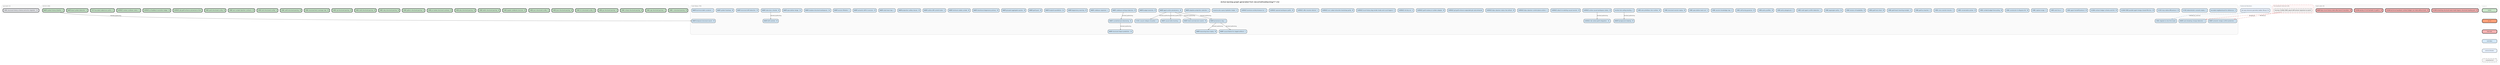
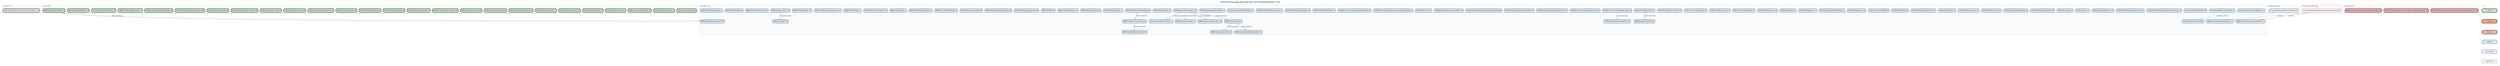
digraph backlog {
  rankdir=TB
  fontname="Helvetica"
  label="Active backlog graph generated from docs/method/backlog/*/*.md"
  labelloc=t
  fontsize=12
  node [shape=box style="rounded,filled" fontname="Helvetica" fontsize=8 margin="0.1,0.05" height=0.35]
  edge [color="#666666" arrowsize=0.5 fontname="Helvetica" fontsize=7]
  newrank=true
  ranksep=0.55
  nodesep=0.2

  subgraph cluster_up_next {
    label="up-next (1)" labeljust=l fontsize=9 fontcolor="#555555"
    style=rounded color="#cccccc" bgcolor="#fafafa"
    up_next_CORE_structural_history_schema_and_echo_migration [label="CORE-structural-history-schema-and-echo-migration - XL" fillcolor="#E5E7EB" penwidth=2]
  }

  subgraph cluster_v0_8_0 {
    label="v0.8.0 (26)" labeljust=l fontsize=9 fontcolor="#555555"
    style=rounded color="#cccccc" bgcolor="#fafafa"
    v0_8_0_CORE_c_structural_parsing [label="CORE-c-structural-parsing - M" fillcolor="#C8E6C9" penwidth=2]
    v0_8_0_CORE_cpp_structural_parsing [label="CORE-cpp-structural-parsing - L" fillcolor="#C8E6C9" penwidth=2]
    v0_8_0_CORE_csharp_structural_parsing [label="CORE-csharp-structural-parsing - M" fillcolor="#C8E6C9" penwidth=2]
    v0_8_0_CORE_go_structural_parsing [label="CORE-go-structural-parsing - S" fillcolor="#C8E6C9" penwidth=2]
    v0_8_0_CORE_hcl_structured_config [label="CORE-hcl-structured-config - M" fillcolor="#C8E6C9" penwidth=2]
    v0_8_0_CORE_java_structural_parsing [label="CORE-java-structural-parsing - M" fillcolor="#C8E6C9" penwidth=2]
    v0_8_0_CORE_json_structured_config [label="CORE-json-structured-config - S" fillcolor="#C8E6C9" penwidth=2]
    v0_8_0_CORE_jupyter_notebook_structure [label="CORE-jupyter-notebook-structure - M" fillcolor="#C8E6C9" penwidth=2]
    v0_8_0_CORE_kotlin_structural_parsing [label="CORE-kotlin-structural-parsing - M" fillcolor="#C8E6C9" penwidth=2]
    v0_8_0_CORE_php_structural_parsing [label="CORE-php-structural-parsing - M" fillcolor="#C8E6C9" penwidth=2]
    v0_8_0_CORE_pr_review_structural_summary [label="CORE-pr-review-structural-summary - M" fillcolor="#C8E6C9" penwidth=2]
    v0_8_0_CORE_python_structural_parsing [label="CORE-python-structural-parsing - S" fillcolor="#C8E6C9" penwidth=2]
    v0_8_0_CORE_ruby_structural_parsing [label="CORE-ruby-structural-parsing - M" fillcolor="#C8E6C9" penwidth=2]
    v0_8_0_CORE_shell_structural_parsing [label="CORE-shell-structural-parsing - M" fillcolor="#C8E6C9" penwidth=2]
    v0_8_0_CORE_sql_structural_parsing [label="CORE-sql-structural-parsing - M" fillcolor="#C8E6C9" penwidth=2]
    v0_8_0_CORE_structural_test_coverage_map [label="CORE-structural-test-coverage-map - M" fillcolor="#C8E6C9" penwidth=2]
    v0_8_0_CORE_swift_structural_parsing [label="CORE-swift-structural-parsing - M" fillcolor="#C8E6C9" penwidth=2]
    v0_8_0_CORE_toml_structured_config [label="CORE-toml-structured-config - S" fillcolor="#C8E6C9" penwidth=2]
    v0_8_0_CORE_tool_context_injection_contracts [label="CORE-tool-context-injection-contracts - M" fillcolor="#C8E6C9" penwidth=2]
    v0_8_0_CORE_yaml_structured_config [label="CORE-yaml-structured-config - M" fillcolor="#C8E6C9" penwidth=2]
    v0_8_0_SURFACE_git_graft_enhance_provenance_hints [label="SURFACE-git-graft-enhance-provenance-hints" fillcolor="#C8E6C9" penwidth=2]
    v0_8_0_SURFACE_pr_feedback_resolution_ledger [label="SURFACE-pr-feedback-resolution-ledger - M" fillcolor="#C8E6C9" penwidth=2]
    v0_8_0_SURFACE_review_cooldown_status [label="SURFACE-review-cooldown-status - S" fillcolor="#C8E6C9" penwidth=2]
    v0_8_0_TEST_bounded_subprocess_policy [label="TEST-bounded-subprocess-policy - S" fillcolor="#C8E6C9" penwidth=2]
    v0_8_0_WARP_dead_symbol_detection [label="WARP-dead-symbol-detection - S" fillcolor="#C8E6C9" penwidth=2]
    v0_8_0_WARP_symbol_history_timeline [label="WARP-symbol-history-timeline - S" fillcolor="#C8E6C9" penwidth=2]
  }

  subgraph cluster_bad_code {
-     label="bad-code (4)" labeljust=l fontsize=9 fontcolor="#555555"
+     label="bad-code (3)" labeljust=l fontsize=9 fontcolor="#555555"
    style=rounded color="#cccccc" bgcolor="#fafafa"
    bad_code_CLEAN_remaining_structural_warp_reads_bypass_structural_reading_port [label="CLEAN-remaining-structural-warp-reads-bypass-structural-reading-port - M" fillcolor="#F6B3B3" penwidth=2]
    bad_code_CLEAN_technical_teardown_contract_ledger_can_stale_without_tests [label="CLEAN-technical-teardown-contract-ledger-can-stale-without-tests - M" fillcolor="#F6B3B3" penwidth=2]
-     bad_code_CLEAN_wesley_cli_not_hermetic_in_graft_ci [label="CLEAN-wesley-cli-not-hermetic-in-graft-ci - M" fillcolor="#F6B3B3" penwidth=2]
    bad_code_WARP_bijou_local_history_stale_after_branch_transition [label="WARP-bijou-local-history-stale-after-branch-transition - M" fillcolor="#F6B3B3" penwidth=2]
  }

  subgraph cluster_cool_ideas {
    label="Cool Ideas (76)" labeljust=l fontsize=9 fontcolor="#555555"
    style=rounded color="#cccccc" bgcolor="#fafafa"
    cool_ideas_bounded_neighborhood_for_references [label="bounded-neighborhood-for-references - S" fillcolor="#D4E8F7" penwidth=1]
    cool_ideas_CI_001_causal_collapse_visualizer [label="CI-001-causal-collapse-visualizer - L" fillcolor="#D4E8F7" penwidth=1]
    cool_ideas_CI_002_deterministic_scenario_replay [label="CI-002-deterministic-scenario-replay - L" fillcolor="#D4E8F7" penwidth=1]
    cool_ideas_CI_003_mcp_native_diff_protocol [label="CI-003-mcp-native-diff-protocol - M" fillcolor="#D4E8F7" penwidth=1]
    cool_ideas_CLEAN_CODE_parallel_agent_merge_shared_file_loss [label="CLEAN-CODE-parallel-agent-merge-shared-file-loss - M" fillcolor="#D4E8F7" penwidth=1]
    cool_ideas_CLEAN_contract_ledger_schema_and_lint [label="CLEAN-contract-ledger-schema-and-lint - M" fillcolor="#D4E8F7" penwidth=1]
    cool_ideas_CORE_agent_handoff_protocol [label="CORE-agent-handoff-protocol - M" fillcolor="#D4E8F7" penwidth=1]
    cool_ideas_CORE_auto_focus [label="CORE-auto-focus - L" fillcolor="#D4E8F7" penwidth=1]
    cool_ideas_CORE_capture_range [label="CORE-capture-range - S" fillcolor="#D4E8F7" penwidth=1]
    cool_ideas_CORE_constructor_in_disguise_lint [label="CORE-constructor-in-disguise-lint - M" fillcolor="#D4E8F7" penwidth=1]
    cool_ideas_CORE_context_budget_forecasting [label="CORE-context-budget-forecasting - M" fillcolor="#D4E8F7" penwidth=1]
    cool_ideas_CORE_conversation_primer [label="CORE-conversation-primer - M" fillcolor="#D4E8F7" penwidth=1]
    cool_ideas_CORE_cross_session_resume [label="CORE-cross-session-resume - S" fillcolor="#D4E8F7" penwidth=1]
    cool_ideas_CORE_graft_as_teacher [label="CORE-graft-as-teacher - S" fillcolor="#D4E8F7" penwidth=1]
    cool_ideas_CORE_graft_teach_learning_receipts [label="CORE-graft-teach-learning-receipts - S" fillcolor="#D4E8F7" penwidth=1]
    cool_ideas_CORE_graft_tool_client [label="CORE-graft-tool-client - M" fillcolor="#D4E8F7" penwidth=1]
    cool_ideas_CORE_horizon_of_readability [label="CORE-horizon-of-readability - M" fillcolor="#D4E8F7" penwidth=1]
    cool_ideas_CORE_lagrangian_policy [label="CORE-lagrangian-policy - XL" fillcolor="#D4E8F7" penwidth=1]
    cool_ideas_CORE_migrate_to_slice_first_reads [label="CORE-migrate-to-slice-first-reads" fillcolor="#D4E8F7" penwidth=1]
    cool_ideas_CORE_multi_agent_conflict_detection [label="CORE-multi-agent-conflict-detection - L" fillcolor="#D4E8F7" penwidth=1]
    cool_ideas_CORE_policy_playground [label="CORE-policy-playground - S" fillcolor="#D4E8F7" penwidth=1]
    cool_ideas_CORE_policy_profiles [label="CORE-policy-profiles - M" fillcolor="#D4E8F7" penwidth=1]
    cool_ideas_CORE_self_tuning_governor [label="CORE-self-tuning-governor - M" fillcolor="#D4E8F7" penwidth=1]
    cool_ideas_CORE_session_knowledge_map [label="CORE-session-knowledge-map - S" fillcolor="#D4E8F7" penwidth=1]
    cool_ideas_CORE_speculative_read_cost [label="CORE-speculative-read-cost - S" fillcolor="#D4E8F7" penwidth=1]
    cool_ideas_CORE_structural_session_replay [label="CORE-structural-session-replay - M" fillcolor="#D4E8F7" penwidth=1]
    cool_ideas_CORE_wire_primitives_into_runtime [label="CORE-wire-primitives-into-runtime - M" fillcolor="#D4E8F7" penwidth=1]
    cool_ideas_monitor_tick_ceiling_tracking [label="monitor-tick-ceiling-tracking - S" fillcolor="#D4E8F7" penwidth=1]
    cool_ideas_SURFACE_active_causal_workspace_status [label="SURFACE-active-causal-workspace-status - M" fillcolor="#D4E8F7" penwidth=1]
    cool_ideas_SURFACE_attach_to_existing_causal_session [label="SURFACE-attach-to-existing-causal-session - M" fillcolor="#D4E8F7" penwidth=1]
    cool_ideas_SURFACE_bijou_daemon_control_plane_actions [label="SURFACE-bijou-daemon-control-plane-actions - L" fillcolor="#D4E8F7" penwidth=1]
    cool_ideas_SURFACE_bijou_daemon_status_live_refresh [label="SURFACE-bijou-daemon-status-live-refresh - M" fillcolor="#D4E8F7" penwidth=1]
    cool_ideas_SURFACE_git_graft_enhance_expanded_git_subcommands [label="SURFACE-git-graft-enhance-expanded-git-subcommands" fillcolor="#D4E8F7" penwidth=1]
    cool_ideas_SURFACE_graft_review_pr_number_adapter [label="SURFACE-graft-review-pr-number-adapter - M" fillcolor="#D4E8F7" penwidth=1]
    cool_ideas_SURFACE_ide_native_graft_integration [label="SURFACE-ide-native-graft-integration - XL" fillcolor="#D4E8F7" penwidth=1]
    cool_ideas_SURFACE_init_dry_run [label="SURFACE-init-dry-run - S" fillcolor="#D4E8F7" penwidth=1]
    cool_ideas_SURFACE_local_history_dag_render_mode_and_count_legend [label="SURFACE-local-history-dag-render-mode-and-count-legend - S" fillcolor="#D4E8F7" penwidth=1]
    cool_ideas_SURFACE_non_codex_instruction_bootstrap_parity [label="SURFACE-non-codex-instruction-bootstrap-parity - M" fillcolor="#D4E8F7" penwidth=1]
    cool_ideas_SURFACE_offer_rename_refactor [label="SURFACE-offer-rename-refactor - L" fillcolor="#D4E8F7" penwidth=1]
    cool_ideas_SURFACE_opened_workspace_paths [label="SURFACE-opened-workspace-paths - M" fillcolor="#D4E8F7" penwidth=1]
    cool_ideas_SURFACE_terminal_activity_browser_tui [label="SURFACE-terminal-activity-browser-tui - L" fillcolor="#D4E8F7" penwidth=1]
    cool_ideas_traverse_plus_query_hydration_helper [label="traverse-plus-query-hydration-helper - S" fillcolor="#D4E8F7" penwidth=1]
    cool_ideas_WARP_adaptive_projection_selection [label="WARP-adaptive-projection-selection - L" fillcolor="#D4E8F7" penwidth=1]
    cool_ideas_WARP_agent_action_provenance [label="WARP-agent-action-provenance - XL" fillcolor="#D4E8F7" penwidth=1]
    cool_ideas_WARP_auto_breaking_change_detection [label="WARP-auto-breaking-change-detection - L" fillcolor="#D4E8F7" penwidth=1]
    cool_ideas_WARP_background_indexing [label="WARP-background-indexing - M" fillcolor="#D4E8F7" penwidth=1]
    cool_ideas_WARP_budget_elasticity [label="WARP-budget-elasticity - M" fillcolor="#D4E8F7" penwidth=1]
    cool_ideas_WARP_causal_blame_for_staged_artifacts [label="WARP-causal-blame-for-staged-artifacts - L" fillcolor="#D4E8F7" penwidth=1]
    cool_ideas_WARP_causal_write_tracking [label="WARP-causal-write-tracking - L" fillcolor="#D4E8F7" penwidth=1]
    cool_ideas_WARP_codebase_entropy_trajectory [label="WARP-codebase-entropy-trajectory - M" fillcolor="#D4E8F7" penwidth=1]
    cool_ideas_WARP_codebase_signature [label="WARP-codebase-signature - L" fillcolor="#D4E8F7" penwidth=1]
    cool_ideas_WARP_counterfactual_refactoring [label="WARP-counterfactual-refactoring - XL" fillcolor="#D4E8F7" penwidth=1]
    cool_ideas_WARP_degeneracy_warning [label="WARP-degeneracy-warning - M" fillcolor="#D4E8F7" penwidth=1]
    cool_ideas_WARP_drift_sentinel [label="WARP-drift-sentinel - M" fillcolor="#D4E8F7" penwidth=1]
    cool_ideas_WARP_footprint_parallelism [label="WARP-footprint-parallelism - XL" fillcolor="#D4E8F7" penwidth=1]
    cool_ideas_WARP_graft_pack [label="WARP-graft-pack - M" fillcolor="#D4E8F7" penwidth=1]
    cool_ideas_WARP_grouped_aggregate_queries [label="WARP-grouped-aggregate-queries - M" fillcolor="#D4E8F7" penwidth=1]
    cool_ideas_WARP_intent_and_decision_events [label="WARP-intent-and-decision-events - M" fillcolor="#D4E8F7" penwidth=1]
    cool_ideas_WARP_intentional_degeneracy_privacy [label="WARP-intentional-degeneracy-privacy - M" fillcolor="#D4E8F7" penwidth=1]
    cool_ideas_WARP_minimum_viable_context [label="WARP-minimum-viable-context - M" fillcolor="#D4E8F7" penwidth=1]
    cool_ideas_WARP_outline_diff_commit_trailer [label="WARP-outline-diff-commit-trailer - S" fillcolor="#D4E8F7" penwidth=1]
    cool_ideas_WARP_projection_safety_classes [label="WARP-projection-safety-classes - M" fillcolor="#D4E8F7" penwidth=1]
    cool_ideas_WARP_provenance_dag [label="WARP-provenance-dag - L" fillcolor="#D4E8F7" penwidth=1]
    cool_ideas_WARP_reasoning_trace_replay [label="WARP-reasoning-trace-replay - M" fillcolor="#D4E8F7" penwidth=1]
    cool_ideas_WARP_rulial_heat_map [label="WARP-rulial-heat-map - L" fillcolor="#D4E8F7" penwidth=1]
    cool_ideas_WARP_semantic_drift_in_sessions [label="WARP-semantic-drift-in-sessions - M" fillcolor="#D4E8F7" penwidth=1]
    cool_ideas_WARP_semantic_merge_conflict_prediction [label="WARP-semantic-merge-conflict-prediction - L" fillcolor="#D4E8F7" penwidth=1]
    cool_ideas_WARP_session_filtration [label="WARP-session-filtration - L" fillcolor="#D4E8F7" penwidth=1]
    cool_ideas_WARP_shadow_structural_workspaces [label="WARP-shadow-structural-workspaces - XL" fillcolor="#D4E8F7" penwidth=1]
    cool_ideas_WARP_speculative_merge [label="WARP-speculative-merge - XL" fillcolor="#D4E8F7" penwidth=1]
    cool_ideas_WARP_stale_docs_checker [label="WARP-stale-docs-checker - M" fillcolor="#D4E8F7" penwidth=1]
    cool_ideas_WARP_structural_drift_detection [label="WARP-structural-drift-detection - M" fillcolor="#D4E8F7" penwidth=1]
    cool_ideas_WARP_structural_impact_prediction [label="WARP-structural-impact-prediction - XL" fillcolor="#D4E8F7" penwidth=1]
    cool_ideas_WARP_symbol_heatmap [label="WARP-symbol-heatmap - M" fillcolor="#D4E8F7" penwidth=1]
    cool_ideas_WARP_technical_debt_curvature [label="WARP-technical-debt-curvature - L" fillcolor="#D4E8F7" penwidth=1]
    cool_ideas_WARP_temporal_structural_search [label="WARP-temporal-structural-search - M" fillcolor="#D4E8F7" penwidth=1]
  }

  subgraph cluster_external {
    label="External blockers" labeljust=l fontsize=9 fontcolor="#555555"
    style=rounded color="#cccccc" bgcolor="#f8fbff"
    external_git_warp_observer_geometry_ladder__Rung_2_4_ [label="git-warp observer geometry ladder (Rung 2-4)" fillcolor="#E8F2FF" penwidth=1]
  }

  subgraph cluster_unresolved {
    label="Unresolved internal refs" labeljust=l fontsize=9 fontcolor="#555555"
    style="rounded,dashed" color="#cc3333" bgcolor="#fff7f7"
    unresolved_CLEAN_CODE_export_diff_semver_signature_as_patch [label="missing: CLEAN_CODE_export-diff-semver-signature-as-patch" fillcolor="#F2F2F2" penwidth=1 style="rounded,dashed,filled"]
  }

  cool_ideas_monitor_tick_ceiling_tracking -> cool_ideas_WARP_background_indexing [label="blocked_by/blocking"]
  cool_ideas_SURFACE_active_causal_workspace_status -> cool_ideas_SURFACE_ide_native_graft_integration [label="blocked_by/blocking"]
  cool_ideas_WARP_agent_action_provenance -> cool_ideas_CI_001_causal_collapse_visualizer [label="blocked_by/blocking"]
  cool_ideas_WARP_agent_action_provenance -> cool_ideas_WARP_causal_write_tracking [label="blocked_by/blocking"]
  cool_ideas_WARP_agent_action_provenance -> cool_ideas_WARP_intent_and_decision_events [label="blocked_by/blocking"]
  cool_ideas_WARP_agent_action_provenance -> cool_ideas_WARP_provenance_dag [label="blocked_by/blocking"]
  cool_ideas_WARP_codebase_entropy_trajectory -> cool_ideas_WARP_counterfactual_refactoring [label="blocked_by/blocking"]
  cool_ideas_WARP_counterfactual_refactoring -> cool_ideas_WARP_structural_impact_prediction [label="blocked_by/blocking"]
  cool_ideas_WARP_provenance_dag -> cool_ideas_WARP_causal_blame_for_staged_artifacts [label="blocked_by/blocking"]
  cool_ideas_WARP_provenance_dag -> cool_ideas_WARP_reasoning_trace_replay [label="blocked_by/blocking"]
  cool_ideas_WARP_stale_docs_checker -> cool_ideas_WARP_drift_sentinel [label="blocked_by/blocking"]
  external_git_warp_observer_geometry_ladder__Rung_2_4_ -> cool_ideas_CORE_migrate_to_slice_first_reads [label="blocked_by_external" style=dashed color="#4477AA"]
  unresolved_CLEAN_CODE_export_diff_semver_signature_as_patch -> cool_ideas_WARP_auto_breaking_change_detection [label="blocked_by" style=dashed color="#CC3333"]
  unresolved_CLEAN_CODE_export_diff_semver_signature_as_patch -> cool_ideas_WARP_semantic_merge_conflict_prediction [label="blocked_by" style=dashed color="#CC3333"]
  v0_8_0_WARP_symbol_history_timeline -> cool_ideas_WARP_temporal_structural_search [label="blocked_by/blocking"]

  subgraph cluster_legend {
    label="Legend" labeljust=l fontsize=8 fontcolor="#aaaaaa"
    style=rounded color="#dddddd"
    node [fontsize=7 width=1.4]
    leg_v08 [label="v0.8.0" fillcolor="#C8E6C9" penwidth=2]
    leg_v07 [label="v0.7.0" fillcolor="#FFA07A" penwidth=2]
    leg_bad [label="bad-code" fillcolor="#F6B3B3" penwidth=2]
    leg_idea [label="cool-ideas" fillcolor="#D4E8F7" penwidth=1]
    leg_external [label="external blocker" fillcolor="#E8F2FF" penwidth=1]
    leg_unresolved [label="unresolved ref" fillcolor="#F2F2F2" penwidth=1 style="rounded,dashed,filled"]
    leg_v08 -> leg_v07 [style=invis]
    leg_v07 -> leg_bad [style=invis]
    leg_bad -> leg_idea [style=invis]
    leg_idea -> leg_external [style=invis]
    leg_external -> leg_unresolved [style=invis]
  }
}
